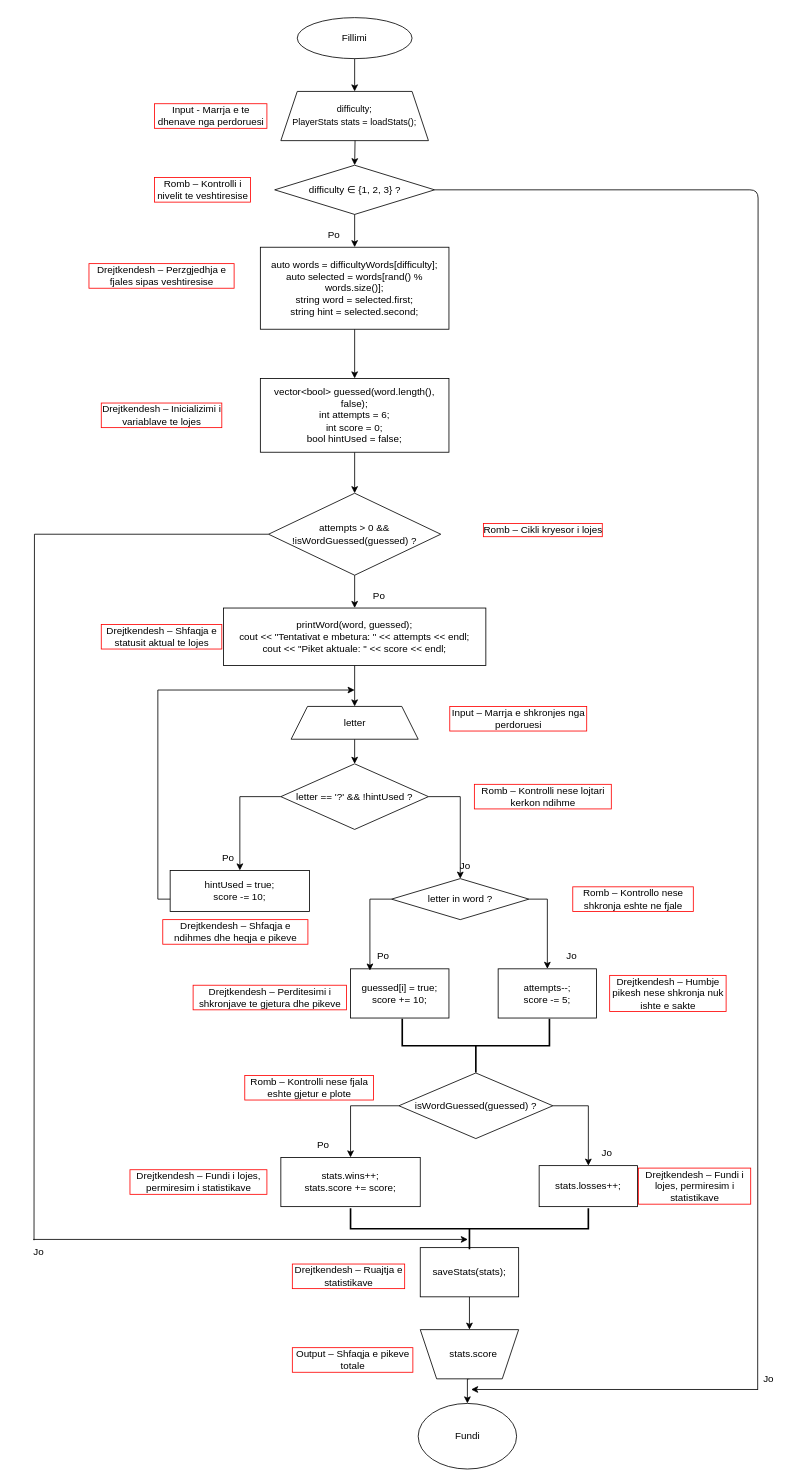
Before: Bllok Diagram.drawio in arsaduraku/Hangman, a draw.io diagram. Source tidied: cells renumbered, new cells numbered last; positions are measured from the earlier drawing's top-left corner, leaving out a move shared by most shapes. Both pictures are drawn from the tidied source at 82%, with x=0, y=0 at pixel (14, 17).
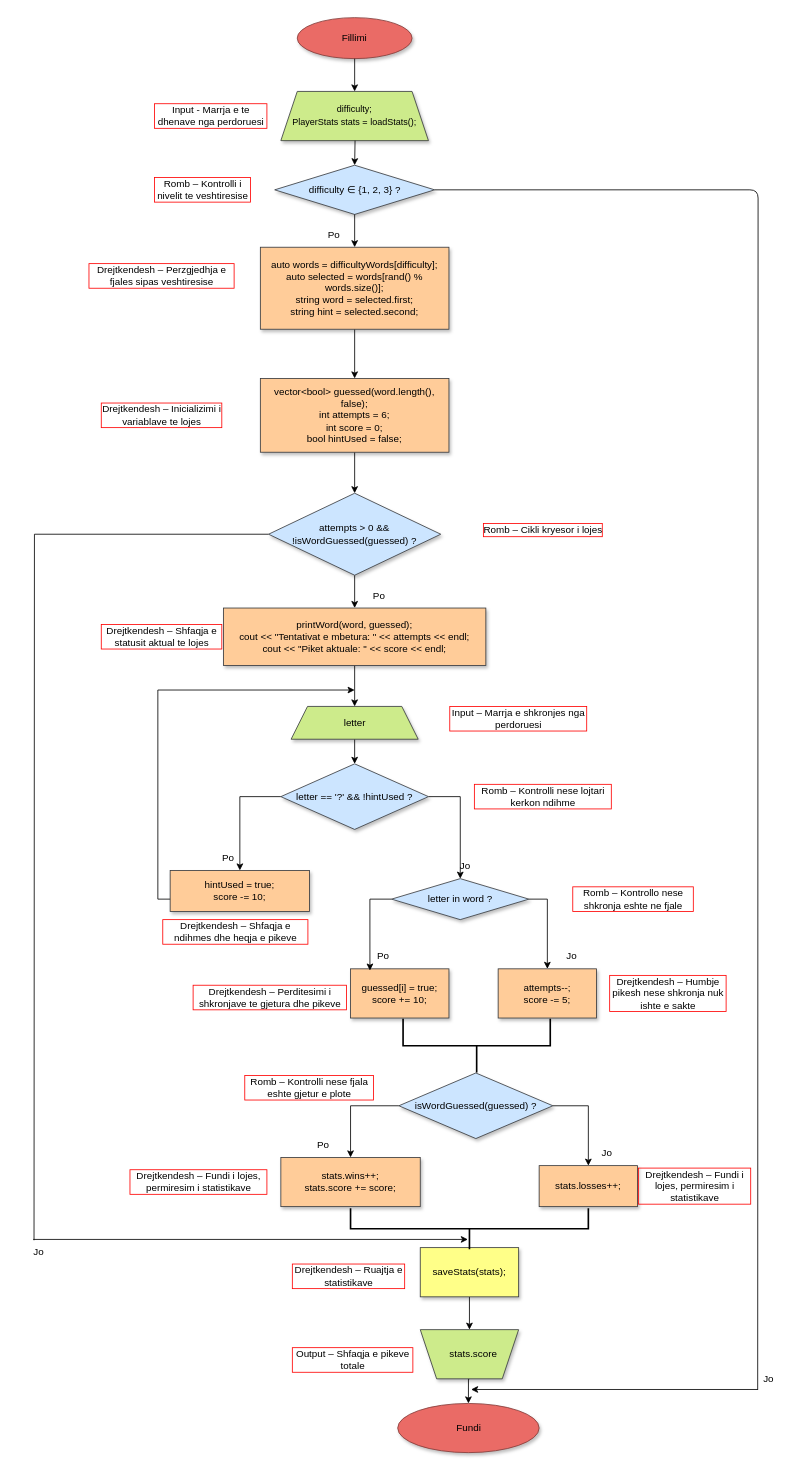
After the change.

The edit, as a diff of the source:
```diff
@@
-    <mxCell id="2" value="Fillimi" style="ellipse;whiteSpace=wrap;html=1;" parent="1" vertex="1">
+    <mxCell id="2" value="Fillimi" style="ellipse;whiteSpace=wrap;html=1;fillColor=#EA6B66;strokeColor=#833C39;shadow=1;" parent="1" vertex="1">
       <mxGeometry x="345" width="140" height="50" as="geometry" />
     </mxCell>
-    <mxCell id="3" value="&lt;pre&gt;&lt;font style=&quot;font-size: 11px;&quot; face=&quot;Helvetica&quot;&gt;&lt;br&gt;difficulty;&lt;br&gt;&lt;span style=&quot;&quot; class=&quot;hljs-attribute&quot;&gt;PlayerStats&lt;/span&gt; stats = loadStats();&lt;/font&gt;&lt;/pre&gt;&lt;div&gt;&lt;br&gt;&lt;/div&gt;" style="shape=trapezoid;perimeter=trapezoidPerimeter;whiteSpace=wrap;html=1;fixedSize=1;align=center;" parent="1" vertex="1">
+    <mxCell id="3" value="&lt;pre&gt;&lt;font style=&quot;font-size: 11px;&quot; face=&quot;Helvetica&quot;&gt;&lt;br&gt;difficulty;&lt;br&gt;&lt;span style=&quot;&quot; class=&quot;hljs-attribute&quot;&gt;PlayerStats&lt;/span&gt; stats = loadStats();&lt;/font&gt;&lt;/pre&gt;&lt;div&gt;&lt;br&gt;&lt;/div&gt;" style="shape=trapezoid;perimeter=trapezoidPerimeter;whiteSpace=wrap;html=1;fixedSize=1;align=center;fillColor=#cdeb8b;strokeColor=#36393d;shadow=1;" parent="1" vertex="1">
       <mxGeometry x="325" y="90" width="180" height="60" as="geometry" />
     </mxCell>
@@
-    <mxCell id="5" value="&lt;br&gt;difficulty ∈ {1, 2, 3} ?&lt;div&gt;&lt;br/&gt;&lt;/div&gt;" style="rhombus;whiteSpace=wrap;html=1;align=center;" parent="1" vertex="1">
+    <mxCell id="5" value="&lt;br&gt;difficulty ∈ {1, 2, 3} ?&lt;div&gt;&lt;br/&gt;&lt;/div&gt;" style="rhombus;whiteSpace=wrap;html=1;align=center;fillColor=#cce5ff;strokeColor=#36393d;shadow=1;" parent="1" vertex="1">
       <mxGeometry x="317.5" y="180" width="195" height="60" as="geometry" />
     </mxCell>
@@
-    <mxCell id="10" value="&lt;br&gt;&lt;span class=&quot;hljs-type&quot;&gt;auto&lt;/span&gt; &lt;span class=&quot;hljs-variable&quot;&gt;words&lt;/span&gt; &lt;span class=&quot;hljs-operator&quot;&gt;=&lt;/span&gt; difficultyWords[difficulty];&lt;br&gt;&lt;span class=&quot;hljs-type&quot;&gt;auto&lt;/span&gt; &lt;span class=&quot;hljs-variable&quot;&gt;selected&lt;/span&gt; &lt;span class=&quot;hljs-operator&quot;&gt;=&lt;/span&gt; words[rand() % words.size()];&lt;br&gt;&lt;span class=&quot;hljs-type&quot;&gt;string&lt;/span&gt; &lt;span class=&quot;hljs-variable&quot;&gt;word&lt;/span&gt; &lt;span class=&quot;hljs-operator&quot;&gt;=&lt;/span&gt; selected.first;&lt;br&gt;&lt;span class=&quot;hljs-type&quot;&gt;string&lt;/span&gt; &lt;span class=&quot;hljs-variable&quot;&gt;hint&lt;/span&gt; &lt;span class=&quot;hljs-operator&quot;&gt;=&lt;/span&gt; selected.second;&lt;div&gt;&lt;br/&gt;&lt;/div&gt;" style="rounded=0;whiteSpace=wrap;html=1;align=center;" parent="1" vertex="1">
+    <mxCell id="10" value="&lt;br&gt;&lt;span class=&quot;hljs-type&quot;&gt;auto&lt;/span&gt; &lt;span class=&quot;hljs-variable&quot;&gt;words&lt;/span&gt; &lt;span class=&quot;hljs-operator&quot;&gt;=&lt;/span&gt; difficultyWords[difficulty];&lt;br&gt;&lt;span class=&quot;hljs-type&quot;&gt;auto&lt;/span&gt; &lt;span class=&quot;hljs-variable&quot;&gt;selected&lt;/span&gt; &lt;span class=&quot;hljs-operator&quot;&gt;=&lt;/span&gt; words[rand() % words.size()];&lt;br&gt;&lt;span class=&quot;hljs-type&quot;&gt;string&lt;/span&gt; &lt;span class=&quot;hljs-variable&quot;&gt;word&lt;/span&gt; &lt;span class=&quot;hljs-operator&quot;&gt;=&lt;/span&gt; selected.first;&lt;br&gt;&lt;span class=&quot;hljs-type&quot;&gt;string&lt;/span&gt; &lt;span class=&quot;hljs-variable&quot;&gt;hint&lt;/span&gt; &lt;span class=&quot;hljs-operator&quot;&gt;=&lt;/span&gt; selected.second;&lt;div&gt;&lt;br/&gt;&lt;/div&gt;" style="rounded=0;whiteSpace=wrap;html=1;align=center;fillColor=#ffcc99;strokeColor=#36393d;shadow=1;" parent="1" vertex="1">
       <mxGeometry x="300" y="280" width="230" height="100" as="geometry" />
     </mxCell>
@@
-    <mxCell id="17" value="&lt;br&gt;&lt;span class=&quot;hljs-function&quot;&gt;vector&amp;lt;&lt;span class=&quot;hljs-type&quot;&gt;bool&lt;/span&gt;&amp;gt; &lt;span class=&quot;hljs-title&quot;&gt;guessed&lt;/span&gt;&lt;span class=&quot;hljs-params&quot;&gt;(&lt;span class=&quot;hljs-type&quot;&gt;word&lt;/span&gt;.length(), &lt;span class=&quot;hljs-literal&quot;&gt;false&lt;/span&gt;)&lt;/span&gt;&lt;/span&gt;;&lt;br&gt;&lt;span class=&quot;hljs-type&quot;&gt;int&lt;/span&gt; attempts = &lt;span class=&quot;hljs-number&quot;&gt;6&lt;/span&gt;;&lt;br&gt;&lt;span class=&quot;hljs-type&quot;&gt;int&lt;/span&gt; score = &lt;span class=&quot;hljs-number&quot;&gt;0&lt;/span&gt;;&lt;br&gt;&lt;span class=&quot;hljs-type&quot;&gt;bool&lt;/span&gt; hintUsed = &lt;span class=&quot;hljs-literal&quot;&gt;false&lt;/span&gt;;&lt;div&gt;&lt;br/&gt;&lt;/div&gt;" style="rounded=0;whiteSpace=wrap;html=1;align=center;" parent="1" vertex="1">
+    <mxCell id="17" value="&lt;br&gt;&lt;span class=&quot;hljs-function&quot;&gt;vector&amp;lt;&lt;span class=&quot;hljs-type&quot;&gt;bool&lt;/span&gt;&amp;gt; &lt;span class=&quot;hljs-title&quot;&gt;guessed&lt;/span&gt;&lt;span class=&quot;hljs-params&quot;&gt;(&lt;span class=&quot;hljs-type&quot;&gt;word&lt;/span&gt;.length(), &lt;span class=&quot;hljs-literal&quot;&gt;false&lt;/span&gt;)&lt;/span&gt;&lt;/span&gt;;&lt;br&gt;&lt;span class=&quot;hljs-type&quot;&gt;int&lt;/span&gt; attempts = &lt;span class=&quot;hljs-number&quot;&gt;6&lt;/span&gt;;&lt;br&gt;&lt;span class=&quot;hljs-type&quot;&gt;int&lt;/span&gt; score = &lt;span class=&quot;hljs-number&quot;&gt;0&lt;/span&gt;;&lt;br&gt;&lt;span class=&quot;hljs-type&quot;&gt;bool&lt;/span&gt; hintUsed = &lt;span class=&quot;hljs-literal&quot;&gt;false&lt;/span&gt;;&lt;div&gt;&lt;br/&gt;&lt;/div&gt;" style="rounded=0;whiteSpace=wrap;html=1;align=center;fillColor=#ffcc99;strokeColor=#36393d;shadow=1;" parent="1" vertex="1">
       <mxGeometry x="300" y="440" width="230" height="90" as="geometry" />
     </mxCell>
@@
-    <mxCell id="21" value="attempts &amp;gt; &lt;span class=&quot;hljs-number&quot;&gt;0&lt;/span&gt; &amp;amp;&amp;amp; !&lt;span class=&quot;hljs-built_in&quot;&gt;isWordGuessed&lt;/span&gt;(guessed) ?" style="rhombus;whiteSpace=wrap;html=1;" parent="1" vertex="1">
+    <mxCell id="21" value="attempts &amp;gt; &lt;span class=&quot;hljs-number&quot;&gt;0&lt;/span&gt; &amp;amp;&amp;amp; !&lt;span class=&quot;hljs-built_in&quot;&gt;isWordGuessed&lt;/span&gt;(guessed) ?" style="rhombus;whiteSpace=wrap;html=1;fillColor=#cce5ff;strokeColor=#36393d;shadow=1;" parent="1" vertex="1">
       <mxGeometry x="310" y="580" width="210" height="100" as="geometry" />
     </mxCell>
@@
-    <mxCell id="24" value="&lt;br&gt;&lt;span class=&quot;hljs-built_in&quot;&gt;printWord&lt;/span&gt;(&lt;span class=&quot;hljs-type&quot;&gt;word&lt;/span&gt;, guessed);&lt;br&gt;cout &amp;lt;&amp;lt; &lt;span class=&quot;hljs-string&quot;&gt;&quot;Tentativat e mbetura: &quot;&lt;/span&gt; &amp;lt;&amp;lt; attempts &amp;lt;&amp;lt; endl;&lt;br&gt;cout &amp;lt;&amp;lt; &lt;span class=&quot;hljs-string&quot;&gt;&quot;Piket aktuale: &quot;&lt;/span&gt; &amp;lt;&amp;lt; score &amp;lt;&amp;lt; endl;&lt;div&gt;&lt;br/&gt;&lt;/div&gt;" style="rounded=0;whiteSpace=wrap;html=1;align=center;" parent="1" vertex="1">
+    <mxCell id="24" value="&lt;br&gt;&lt;span class=&quot;hljs-built_in&quot;&gt;printWord&lt;/span&gt;(&lt;span class=&quot;hljs-type&quot;&gt;word&lt;/span&gt;, guessed);&lt;br&gt;cout &amp;lt;&amp;lt; &lt;span class=&quot;hljs-string&quot;&gt;&quot;Tentativat e mbetura: &quot;&lt;/span&gt; &amp;lt;&amp;lt; attempts &amp;lt;&amp;lt; endl;&lt;br&gt;cout &amp;lt;&amp;lt; &lt;span class=&quot;hljs-string&quot;&gt;&quot;Piket aktuale: &quot;&lt;/span&gt; &amp;lt;&amp;lt; score &amp;lt;&amp;lt; endl;&lt;div&gt;&lt;br/&gt;&lt;/div&gt;" style="rounded=0;whiteSpace=wrap;html=1;align=center;fillColor=#ffcc99;strokeColor=#36393d;shadow=1;" parent="1" vertex="1">
       <mxGeometry x="255" y="720" width="320" height="70" as="geometry" />
     </mxCell>
@@
-    <mxCell id="28" value="letter" style="shape=trapezoid;perimeter=trapezoidPerimeter;whiteSpace=wrap;html=1;fixedSize=1;" parent="1" vertex="1">
+    <mxCell id="28" value="letter" style="shape=trapezoid;perimeter=trapezoidPerimeter;whiteSpace=wrap;html=1;fixedSize=1;fillColor=#cdeb8b;strokeColor=#36393d;shadow=1;" parent="1" vertex="1">
       <mxGeometry x="337.5" y="840" width="155" height="40" as="geometry" />
     </mxCell>
@@
-    <mxCell id="31" value="&lt;br&gt;&lt;span class=&quot;hljs-attr&quot;&gt;letter&lt;/span&gt; == &lt;span class=&quot;hljs-string&quot;&gt;'?'&lt;/span&gt; &amp;amp;&amp;amp; !hintUsed ?&lt;div&gt;&lt;br/&gt;&lt;/div&gt;" style="rhombus;whiteSpace=wrap;html=1;align=center;" parent="1" vertex="1">
+    <mxCell id="31" value="&lt;br&gt;&lt;span class=&quot;hljs-attr&quot;&gt;letter&lt;/span&gt; == &lt;span class=&quot;hljs-string&quot;&gt;'?'&lt;/span&gt; &amp;amp;&amp;amp; !hintUsed ?&lt;div&gt;&lt;br/&gt;&lt;/div&gt;" style="rhombus;whiteSpace=wrap;html=1;align=center;fillColor=#cce5ff;strokeColor=#36393d;shadow=1;" parent="1" vertex="1">
       <mxGeometry x="325" y="910" width="180" height="80" as="geometry" />
     </mxCell>
@@
-    <mxCell id="33" value="&lt;br&gt;&lt;span class=&quot;hljs-attribute&quot;&gt;hintUsed&lt;/span&gt; = &lt;span class=&quot;hljs-literal&quot;&gt;true&lt;/span&gt;;&lt;br&gt;&lt;span class=&quot;hljs-attribute&quot;&gt;score&lt;/span&gt; -= &lt;span class=&quot;hljs-number&quot;&gt;10&lt;/span&gt;;&lt;div&gt;&lt;br&gt;&lt;/div&gt;" style="rounded=0;whiteSpace=wrap;html=1;align=center;" parent="1" vertex="1">
+    <mxCell id="33" value="&lt;br&gt;&lt;span class=&quot;hljs-attribute&quot;&gt;hintUsed&lt;/span&gt; = &lt;span class=&quot;hljs-literal&quot;&gt;true&lt;/span&gt;;&lt;br&gt;&lt;span class=&quot;hljs-attribute&quot;&gt;score&lt;/span&gt; -= &lt;span class=&quot;hljs-number&quot;&gt;10&lt;/span&gt;;&lt;div&gt;&lt;br&gt;&lt;/div&gt;" style="rounded=0;whiteSpace=wrap;html=1;align=center;fillColor=#ffcc99;strokeColor=#36393d;shadow=1;" parent="1" vertex="1">
       <mxGeometry x="190" y="1040" width="170" height="50" as="geometry" />
     </mxCell>
@@
-    <mxCell id="37" value="&lt;br&gt;letter in&amp;nbsp;&lt;span class=&quot;hljs-type&quot;&gt;word&lt;/span&gt; ?&lt;div&gt;&lt;br&gt;&lt;/div&gt;" style="rhombus;whiteSpace=wrap;html=1;align=center;" parent="1" vertex="1">
+    <mxCell id="37" value="&lt;br&gt;letter in&amp;nbsp;&lt;span class=&quot;hljs-type&quot;&gt;word&lt;/span&gt; ?&lt;div&gt;&lt;br&gt;&lt;/div&gt;" style="rhombus;whiteSpace=wrap;html=1;align=center;fillColor=#cce5ff;strokeColor=#36393d;shadow=1;" parent="1" vertex="1">
       <mxGeometry x="460" y="1050" width="167.5" height="50" as="geometry" />
     </mxCell>
-    <mxCell id="38" value="guessed[i] = &lt;span class=&quot;hljs-literal&quot;&gt;true&lt;/span&gt;;&lt;br/&gt;score += &lt;span class=&quot;hljs-number&quot;&gt;10&lt;/span&gt;;" style="rounded=0;whiteSpace=wrap;html=1;" parent="1" vertex="1">
+    <mxCell id="38" value="guessed[i] = &lt;span class=&quot;hljs-literal&quot;&gt;true&lt;/span&gt;;&lt;br/&gt;score += &lt;span class=&quot;hljs-number&quot;&gt;10&lt;/span&gt;;" style="rounded=0;whiteSpace=wrap;html=1;fillColor=#ffcc99;strokeColor=#36393d;shadow=1;" parent="1" vertex="1">
       <mxGeometry x="410" y="1160" width="120" height="60" as="geometry" />
     </mxCell>
-    <mxCell id="39" value="&lt;br&gt;attempts&lt;span class=&quot;hljs-comment&quot;&gt;--;&lt;/span&gt;&lt;br&gt;score -= &lt;span class=&quot;hljs-number&quot;&gt;5&lt;/span&gt;;&lt;div&gt;&lt;br/&gt;&lt;/div&gt;" style="rounded=0;whiteSpace=wrap;html=1;align=center;" parent="1" vertex="1">
+    <mxCell id="39" value="&lt;br&gt;attempts&lt;span class=&quot;hljs-comment&quot;&gt;--;&lt;/span&gt;&lt;br&gt;score -= &lt;span class=&quot;hljs-number&quot;&gt;5&lt;/span&gt;;&lt;div&gt;&lt;br/&gt;&lt;/div&gt;" style="rounded=0;whiteSpace=wrap;html=1;align=center;fillColor=#ffcc99;strokeColor=#36393d;shadow=1;" parent="1" vertex="1">
       <mxGeometry x="590" y="1160" width="120" height="60" as="geometry" />
     </mxCell>
@@
     <mxCell id="43" style="strokeWidth=2;html=1;shape=mxgraph.flowchart.annotation_2;align=left;labelPosition=right;rotation=-90;" parent="1" vertex="1">
-      <mxGeometry x="530" y="1164" width="65.6" height="179.5" as="geometry" />
+      <mxGeometry x="531" y="1164" width="65.6" height="179.5" as="geometry" />
     </mxCell>
@@
-    <mxCell id="46" value="&lt;br&gt;&lt;span class=&quot;hljs-built_in&quot;&gt;isWordGuessed&lt;/span&gt;(guessed) ?&lt;div&gt;&lt;br/&gt;&lt;/div&gt;" style="rhombus;whiteSpace=wrap;html=1;align=center;" parent="1" vertex="1">
+    <mxCell id="46" value="&lt;br&gt;&lt;span class=&quot;hljs-built_in&quot;&gt;isWordGuessed&lt;/span&gt;(guessed) ?&lt;div&gt;&lt;br/&gt;&lt;/div&gt;" style="rhombus;whiteSpace=wrap;html=1;align=center;fillColor=#cce5ff;strokeColor=#36393d;shadow=1;" parent="1" vertex="1">
       <mxGeometry x="468.9" y="1287" width="187.8" height="80" as="geometry" />
     </mxCell>
-    <mxCell id="47" value="&lt;span class=&quot;hljs-string&quot;&gt;&lt;br&gt;stats.wins++;&lt;br&gt;stats.score += score;&lt;/span&gt;&lt;div&gt;&lt;br&gt;&lt;/div&gt;" style="rounded=0;whiteSpace=wrap;html=1;align=center;" parent="1" vertex="1">
+    <mxCell id="47" value="&lt;span class=&quot;hljs-string&quot;&gt;&lt;br&gt;stats.wins++;&lt;br&gt;stats.score += score;&lt;/span&gt;&lt;div&gt;&lt;br&gt;&lt;/div&gt;" style="rounded=0;whiteSpace=wrap;html=1;align=center;fillColor=#ffcc99;strokeColor=#36393d;shadow=1;" parent="1" vertex="1">
       <mxGeometry x="325" y="1390" width="170" height="60" as="geometry" />
     </mxCell>
@@
-    <mxCell id="49" value="&lt;br&gt;stats.losses++;&lt;div&gt;&lt;br/&gt;&lt;/div&gt;" style="rounded=0;whiteSpace=wrap;html=1;" parent="1" vertex="1">
+    <mxCell id="49" value="&lt;br&gt;stats.losses++;&lt;div&gt;&lt;br/&gt;&lt;/div&gt;" style="rounded=0;whiteSpace=wrap;html=1;fillColor=#ffcc99;strokeColor=#36393d;shadow=1;" parent="1" vertex="1">
       <mxGeometry x="640" y="1400" width="120" height="50" as="geometry" />
     </mxCell>
@@
-    <mxCell id="52" value="saveStats(stats);" style="rounded=0;whiteSpace=wrap;html=1;" parent="1" vertex="1">
+    <mxCell id="52" value="saveStats(stats);" style="rounded=0;whiteSpace=wrap;html=1;fillColor=#ffff88;strokeColor=#36393d;glass=0;shadow=1;" parent="1" vertex="1">
       <mxGeometry x="495" y="1500" width="120" height="60" as="geometry" />
     </mxCell>
@@
-    <mxCell id="54" style="shape=trapezoid;perimeter=trapezoidPerimeter;whiteSpace=wrap;html=1;fixedSize=1;rotation=-180;" parent="1" vertex="1">
+    <mxCell id="54" style="shape=trapezoid;perimeter=trapezoidPerimeter;whiteSpace=wrap;html=1;fixedSize=1;rotation=-180;fillColor=#cdeb8b;strokeColor=#36393d;shadow=1;" parent="1" vertex="1">
       <mxGeometry x="495" y="1600" width="120" height="60" as="geometry" />
     </mxCell>
@@
-    <mxCell id="56" value="Fundi" style="ellipse;whiteSpace=wrap;html=1;" parent="1" vertex="1">
-      <mxGeometry x="492.5" y="1690" width="120" height="80" as="geometry" />
+    <mxCell id="56" value="Fundi" style="ellipse;whiteSpace=wrap;html=1;fillColor=#EA6B66;strokeColor=#833C39;shadow=1;" parent="1" vertex="1">
+      <mxGeometry x="467.5" y="1690" width="172.5" height="60" as="geometry" />
     </mxCell>
```
